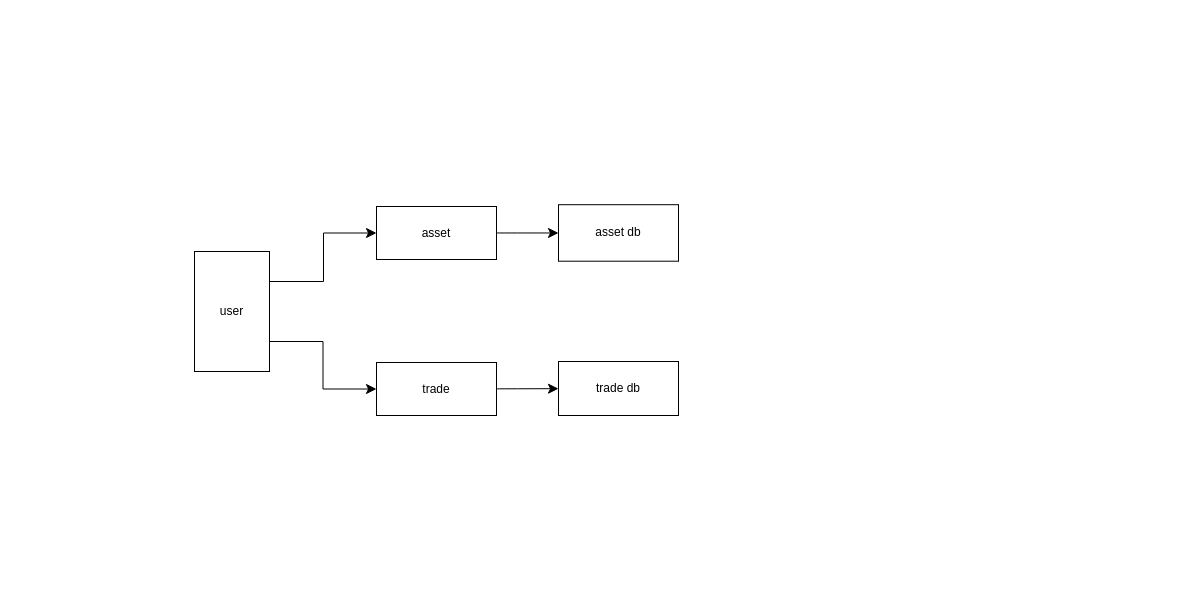
The draw.io diagram page "第 1 页" (1 of 2) of drawio/ms.drawio in cmkam/architecture, before the edit. Source tidied: cells renumbered, new cells numbered last; positions are measured from the earlier drawing's top-left corner, leaving out a move shared by most shapes. Both pictures are drawn from the tidied source at 100%, with x=0, y=0 at pixel (194, 204).
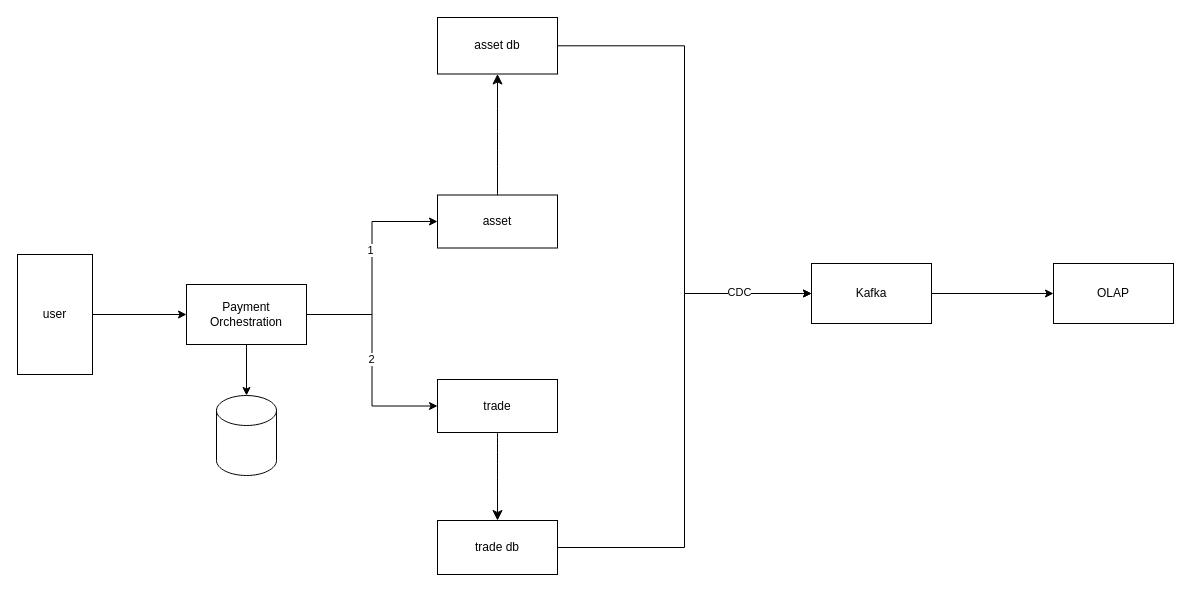
After the change.

The edit, as a diff of the source:
```diff
@@
+    <mxCell id="11" style="edgeStyle=orthogonalEdgeStyle;rounded=0;jettySize=auto;html=1;entryX=0;entryY=0.5;entryDx=0;entryDy=0;" parent="1" edge="1" source="9" target="24">
+      <mxGeometry relative="1" as="geometry" />
+    </mxCell>
     <mxCell id="3" value="asset" style="whiteSpace=wrap;html=1;" parent="1" vertex="1">
-      <mxGeometry x="182" y="2" width="120" height="53" as="geometry" />
+      <mxGeometry x="243" y="-9.5" width="120" height="53" as="geometry" />
     </mxCell>
@@
+    <mxCell id="12" style="edgeStyle=orthogonalEdgeStyle;rounded=0;jettySize=auto;html=1;entryX=0;entryY=0.5;entryDx=0;entryDy=0;exitX=1;exitY=0.5;exitDx=0;exitDy=0;" parent="1" edge="1" source="10" target="24">
+      <mxGeometry relative="1" as="geometry" />
+    </mxCell>
+    <mxCell id="13" value="CDC" style="edgeLabel;html=1;align=center;verticalAlign=middle;" parent="12" vertex="1">
+      <mxGeometry x="0.74" y="-2" relative="1" as="geometry">
+        <mxPoint x="-7" y="-4" as="offset" />
+      </mxGeometry>
+    </mxCell>
     <mxCell id="5" value="trade" style="whiteSpace=wrap;html=1;" parent="1" vertex="1">
-      <mxGeometry x="182" y="158" width="120" height="53" as="geometry" />
+      <mxGeometry x="243" y="175" width="120" height="53" as="geometry" />
     </mxCell>
-    <mxCell id="6" style="edgeStyle=elbowEdgeStyle;rounded=0;jettySize=auto;html=1;fontSize=12;startSize=8;endSize=8;exitX=0.25;exitY=0;exitDx=0;exitDy=0;" parent="1" edge="1" source="8" target="3">
-      <mxGeometry relative="1" as="geometry" />
-    </mxCell>
-    <mxCell id="7" style="edgeStyle=orthogonalEdgeStyle;rounded=0;jettySize=auto;html=1;entryX=0;entryY=0.5;entryDx=0;entryDy=0;fontSize=12;startSize=8;endSize=8;exitX=0.75;exitY=0;exitDx=0;exitDy=0;" parent="1" edge="1" source="8" target="5">
-      <mxGeometry relative="1" as="geometry" />
-    </mxCell>
+    <mxCell id="14" style="edgeStyle=orthogonalEdgeStyle;rounded=0;jettySize=auto;html=1;" parent="1" edge="1" source="8" target="19">
+      <mxGeometry relative="1" as="geometry" />
+    </mxCell>
     <mxCell id="8" value="user" style="whiteSpace=wrap;html=1;direction=south;" parent="1" vertex="1">
-      <mxGeometry y="47" width="75" height="120" as="geometry" />
+      <mxGeometry x="-177" y="50" width="75" height="120" as="geometry" />
     </mxCell>
     <mxCell id="9" value="asset db" style="whiteSpace=wrap;html=1;" parent="1" vertex="1">
-      <mxGeometry x="364" y="0.2" width="120" height="56.5" as="geometry" />
+      <mxGeometry x="243" y="-187" width="120" height="56.5" as="geometry" />
     </mxCell>
     <mxCell id="10" value="trade db" style="whiteSpace=wrap;html=1;" parent="1" vertex="1">
-      <mxGeometry x="364" y="157" width="120" height="54" as="geometry" />
+      <mxGeometry x="243" y="316" width="120" height="54" as="geometry" />
     </mxCell>
+    <mxCell id="15" style="edgeStyle=orthogonalEdgeStyle;rounded=0;jettySize=auto;html=1;entryX=0;entryY=0.5;entryDx=0;entryDy=0;" parent="1" edge="1" source="19" target="3">
+      <mxGeometry relative="1" as="geometry" />
+    </mxCell>
+    <mxCell id="16" value="1" style="edgeLabel;html=1;align=center;verticalAlign=middle;" parent="15" vertex="1">
+      <mxGeometry x="0.17" y="3" relative="1" as="geometry">
+        <mxPoint x="1" y="1" as="offset" />
+      </mxGeometry>
+    </mxCell>
+    <mxCell id="17" style="edgeStyle=orthogonalEdgeStyle;rounded=0;jettySize=auto;html=1;entryX=0;entryY=0.5;entryDx=0;entryDy=0;" parent="1" edge="1" source="19" target="5">
+      <mxGeometry relative="1" as="geometry" />
+    </mxCell>
+    <mxCell id="18" value="2" style="edgeLabel;html=1;align=center;verticalAlign=middle;" parent="17" vertex="1">
+      <mxGeometry x="-0.02" y="-1" relative="1" as="geometry">
+        <mxPoint y="1" as="offset" />
+      </mxGeometry>
+    </mxCell>
+    <mxCell id="19" value="Payment Orchestration" style="rounded=0;whiteSpace=wrap;html=1;" parent="1" vertex="1">
+      <mxGeometry x="-8" y="80" width="120" height="60" as="geometry" />
+    </mxCell>
+    <mxCell id="20" style="shape=cylinder3;whiteSpace=wrap;html=1;boundedLbl=1;backgroundOutline=1;size=15;" parent="1" vertex="1">
+      <mxGeometry x="22" y="191" width="60" height="80" as="geometry" />
+    </mxCell>
+    <mxCell id="21" style="edgeStyle=orthogonalEdgeStyle;rounded=0;jettySize=auto;html=1;entryX=0.5;entryY=0;entryDx=0;entryDy=0;entryPerimeter=0;" parent="1" edge="1" source="19" target="20">
+      <mxGeometry relative="1" as="geometry" />
+    </mxCell>
+    <mxCell id="22" value="OLAP" style="rounded=0;whiteSpace=wrap;html=1;" parent="1" vertex="1">
+      <mxGeometry x="859" y="59" width="120" height="60" as="geometry" />
+    </mxCell>
+    <mxCell id="23" style="edgeStyle=orthogonalEdgeStyle;rounded=0;jettySize=auto;html=1;entryX=0;entryY=0.5;entryDx=0;entryDy=0;" parent="1" edge="1" source="24" target="22">
+      <mxGeometry relative="1" as="geometry" />
+    </mxCell>
+    <mxCell id="24" value="Kafka" style="rounded=0;whiteSpace=wrap;html=1;" parent="1" vertex="1">
+      <mxGeometry x="617" y="59" width="120" height="60" as="geometry" />
+    </mxCell>
```
